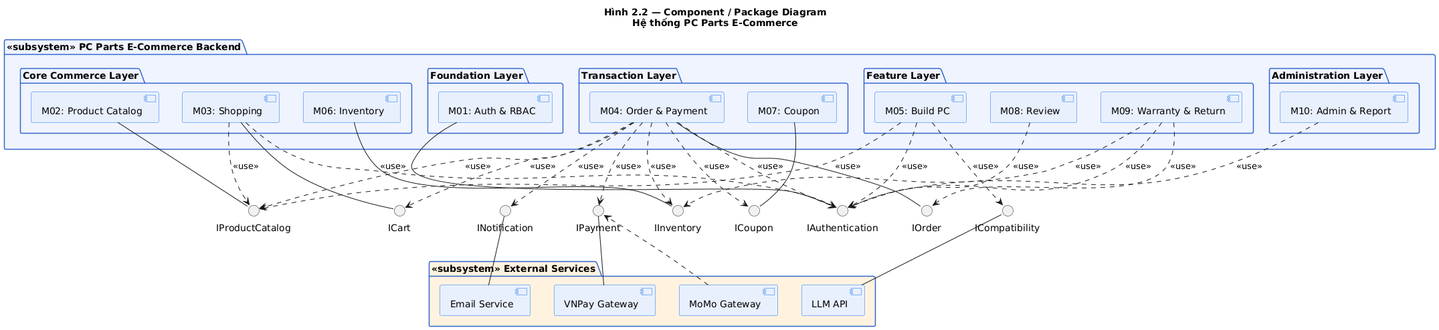
Above: docs/diagrams/images/component_diagram.png in huuhieu56/PC-Parts-ECommerce (PlantUML), before the change.
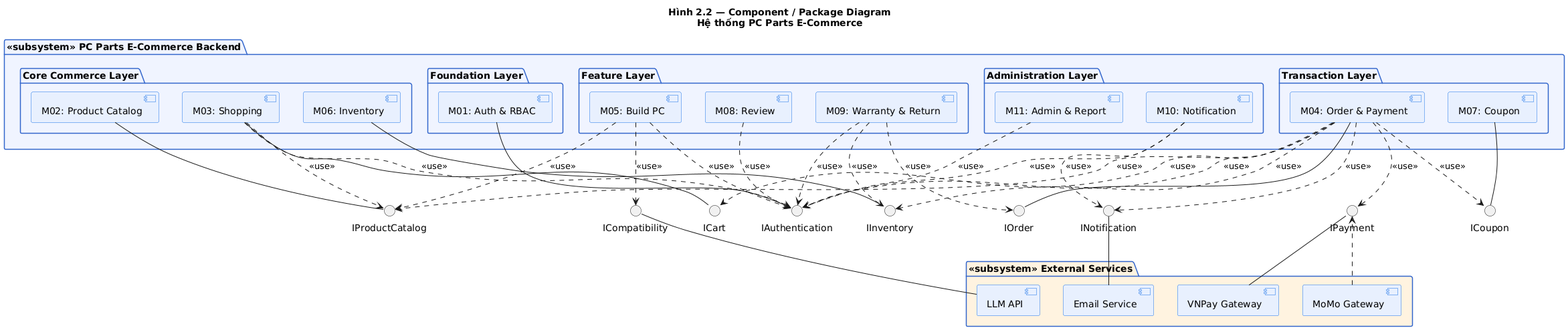
The same diagram one commit later.

The edit, as a diff of the source:
```diff
@@ -35,7 +35,8 @@
     }
 
     package "Administration Layer" {
-        [M10: Admin & Report] as M10
+        [M10: Notification] as M10
+        [M11: Admin & Report] as M11
     }
 }
 
@@ -74,6 +75,9 @@
 M08 ..> IAuth : <<use>>
 M09 ..> IAuth : <<use>>
 M10 ..> IAuth : <<use>>
+M11 ..> IAuth : <<use>>
+
+M10 ..> INotif : <<use>>
 
 M03 ..> IProd : <<use>>
 M04 ..> IProd : <<use>>
```
